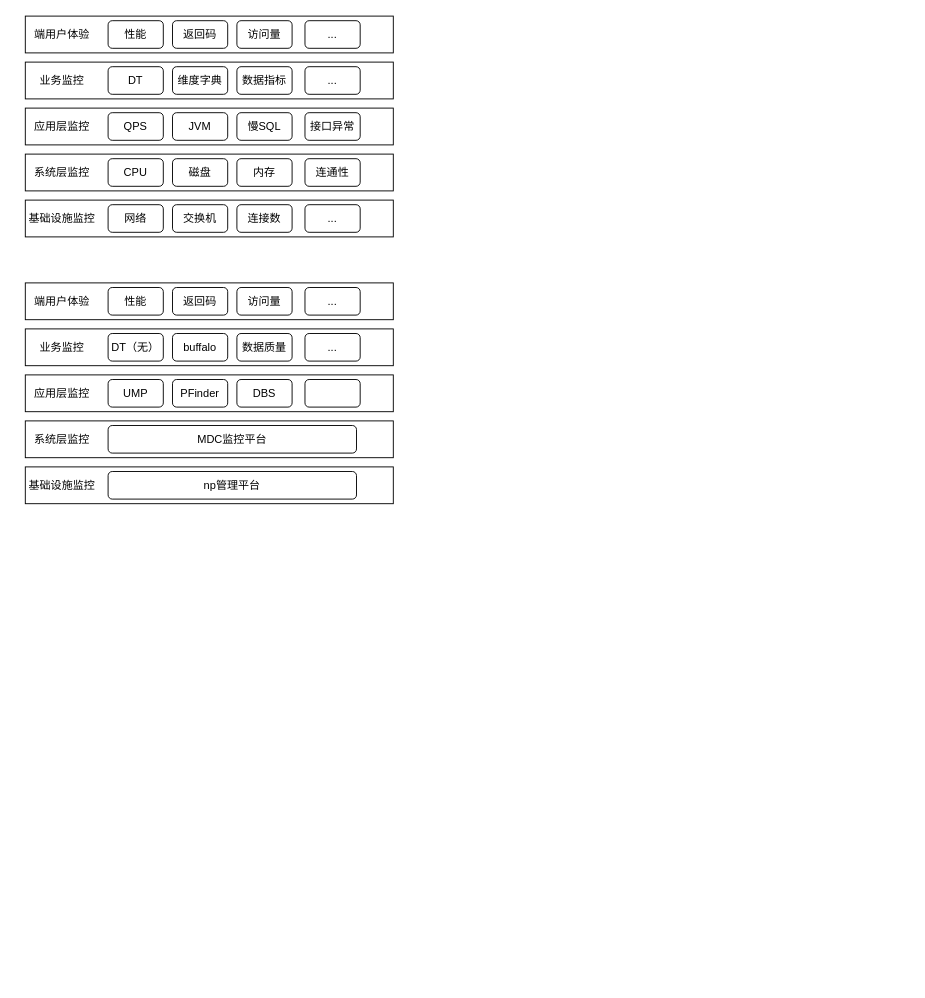
Earlier version of the draw.io diagram demo01/监控.drawio (huang-chh/draw). Source tidied: cells renumbered, new cells numbered last; positions are measured from the earlier drawing's top-left corner, leaving out a move shared by most shapes. Both pictures are drawn from the tidied source at 92%, with x=0, y=0 at pixel (25, 16).
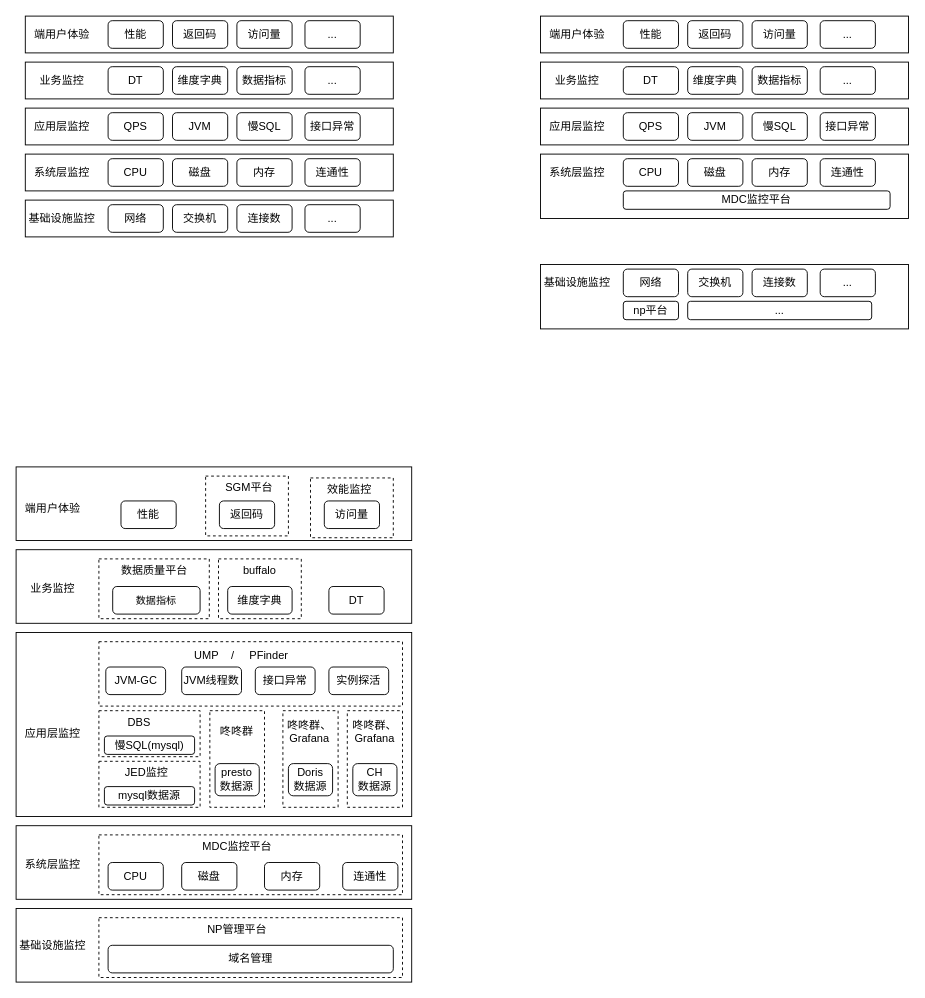
The same diagram, later.

The edit, as a diff of the source:
```diff
@@
+    <mxCell id="50" style="rounded=0;whiteSpace=wrap;html=1;" parent="1" vertex="1">
+      <mxGeometry x="-10" y="490" width="430" height="80" as="geometry" />
+    </mxCell>
+    <mxCell id="56" style="rounded=0;whiteSpace=wrap;html=1;dashed=1;" parent="1" vertex="1">
+      <mxGeometry x="196" y="500" width="90" height="65" as="geometry" />
+    </mxCell>
+    <mxCell id="57" style="rounded=0;whiteSpace=wrap;html=1;dashed=1;" parent="1" vertex="1">
+      <mxGeometry x="310" y="502" width="90" height="65" as="geometry" />
+    </mxCell>
+    <mxCell id="58" style="rounded=0;whiteSpace=wrap;html=1;" parent="1" vertex="1">
+      <mxGeometry x="-10" y="670" width="430" height="200" as="geometry" />
+    </mxCell>
+    <mxCell id="59" style="rounded=0;whiteSpace=wrap;html=1;dashed=1;" parent="1" vertex="1">
+      <mxGeometry x="200.6" y="755" width="59.4" height="105" as="geometry" />
+    </mxCell>
@@
     <mxCell id="32" style="rounded=0;whiteSpace=wrap;html=1;" parent="1" vertex="1">
-      <mxGeometry y="490" width="400" height="40" as="geometry" />
+      <mxGeometry x="-10" y="970" width="430" height="80" as="geometry" />
     </mxCell>
     <mxCell id="33" value="基础设施监控" style="text;html=1;strokeColor=none;fillColor=none;align=center;verticalAlign=middle;whiteSpace=wrap;rounded=0;" parent="1" vertex="1">
-      <mxGeometry y="495" width="80" height="30" as="geometry" />
+      <mxGeometry x="-10" y="995" width="80" height="30" as="geometry" />
     </mxCell>
-    <mxCell id="34" value="np管理平台" style="rounded=1;whiteSpace=wrap;html=1;" parent="1" vertex="1">
-      <mxGeometry x="90" y="495" width="270" height="30" as="geometry" />
+    <mxCell id="34" style="rounded=0;whiteSpace=wrap;html=1;dashed=1;" parent="1" vertex="1">
+      <mxGeometry x="80" y="980" width="330" height="65" as="geometry" />
     </mxCell>
-    <mxCell id="35" style="rounded=0;whiteSpace=wrap;html=1;" parent="1" vertex="1">
-      <mxGeometry y="440" width="400" height="40" as="geometry" />
-    </mxCell>
-    <mxCell id="36" value="系统层监控" style="text;html=1;strokeColor=none;fillColor=none;align=center;verticalAlign=middle;whiteSpace=wrap;rounded=0;" parent="1" vertex="1">
-      <mxGeometry y="445" width="80" height="30" as="geometry" />
-    </mxCell>
-    <mxCell id="37" value="MDC监控平台" style="rounded=1;whiteSpace=wrap;html=1;" parent="1" vertex="1">
-      <mxGeometry x="90" y="445" width="270" height="30" as="geometry" />
-    </mxCell>
-    <mxCell id="38" style="rounded=0;whiteSpace=wrap;html=1;" parent="1" vertex="1">
-      <mxGeometry y="390" width="400" height="40" as="geometry" />
-    </mxCell>
-    <mxCell id="39" value="应用层监控" style="text;html=1;strokeColor=none;fillColor=none;align=center;verticalAlign=middle;whiteSpace=wrap;rounded=0;" parent="1" vertex="1">
-      <mxGeometry y="395" width="80" height="30" as="geometry" />
-    </mxCell>
-    <mxCell id="40" value="UMP" style="rounded=1;whiteSpace=wrap;html=1;" parent="1" vertex="1">
-      <mxGeometry x="90" y="395" width="60" height="30" as="geometry" />
-    </mxCell>
-    <mxCell id="41" value="PFinder" style="rounded=1;whiteSpace=wrap;html=1;" parent="1" vertex="1">
-      <mxGeometry x="160" y="395" width="60" height="30" as="geometry" />
-    </mxCell>
-    <mxCell id="42" value="DBS" style="rounded=1;whiteSpace=wrap;html=1;" parent="1" vertex="1">
-      <mxGeometry x="230" y="395" width="60" height="30" as="geometry" />
-    </mxCell>
-    <mxCell id="43" style="rounded=1;whiteSpace=wrap;html=1;" parent="1" vertex="1">
-      <mxGeometry x="304" y="395" width="60" height="30" as="geometry" />
-    </mxCell>
-    <mxCell id="44" style="rounded=0;whiteSpace=wrap;html=1;" parent="1" vertex="1">
-      <mxGeometry y="340" width="400" height="40" as="geometry" />
-    </mxCell>
-    <mxCell id="45" value="业务监控" style="text;html=1;strokeColor=none;fillColor=none;align=center;verticalAlign=middle;whiteSpace=wrap;rounded=0;" parent="1" vertex="1">
-      <mxGeometry y="345" width="80" height="30" as="geometry" />
-    </mxCell>
-    <mxCell id="46" value="DT（无）" style="rounded=1;whiteSpace=wrap;html=1;" parent="1" vertex="1">
-      <mxGeometry x="90" y="345" width="60" height="30" as="geometry" />
-    </mxCell>
-    <mxCell id="47" value="buffalo" style="rounded=1;whiteSpace=wrap;html=1;" parent="1" vertex="1">
-      <mxGeometry x="160" y="345" width="60" height="30" as="geometry" />
-    </mxCell>
-    <mxCell id="48" value="数据质量" style="rounded=1;whiteSpace=wrap;html=1;" parent="1" vertex="1">
-      <mxGeometry x="230" y="345" width="60" height="30" as="geometry" />
-    </mxCell>
-    <mxCell id="49" value="..." style="rounded=1;whiteSpace=wrap;html=1;" parent="1" vertex="1">
-      <mxGeometry x="304" y="345" width="60" height="30" as="geometry" />
-    </mxCell>
-    <mxCell id="50" style="rounded=0;whiteSpace=wrap;html=1;" parent="1" vertex="1">
-      <mxGeometry y="290" width="400" height="40" as="geometry" />
-    </mxCell>
     <mxCell id="51" value="端用户体验" style="text;html=1;strokeColor=none;fillColor=none;align=center;verticalAlign=middle;whiteSpace=wrap;rounded=0;" parent="1" vertex="1">
-      <mxGeometry y="295" width="80" height="30" as="geometry" />
+      <mxGeometry x="-10" y="520" width="80" height="30" as="geometry" />
     </mxCell>
     <mxCell id="52" value="性能" style="rounded=1;whiteSpace=wrap;html=1;" parent="1" vertex="1">
-      <mxGeometry x="90" y="295" width="60" height="30" as="geometry" />
+      <mxGeometry x="104" y="527" width="60" height="30" as="geometry" />
     </mxCell>
     <mxCell id="53" value="返回码" style="rounded=1;whiteSpace=wrap;html=1;" parent="1" vertex="1">
-      <mxGeometry x="160" y="295" width="60" height="30" as="geometry" />
+      <mxGeometry x="211" y="527" width="60" height="30" as="geometry" />
     </mxCell>
     <mxCell id="54" value="访问量" style="rounded=1;whiteSpace=wrap;html=1;" parent="1" vertex="1">
-      <mxGeometry x="230" y="295" width="60" height="30" as="geometry" />
+      <mxGeometry x="325" y="527" width="60" height="30" as="geometry" />
     </mxCell>
-    <mxCell id="55" value="..." style="rounded=1;whiteSpace=wrap;html=1;" parent="1" vertex="1">
-      <mxGeometry x="304" y="295" width="60" height="30" as="geometry" />
-    </mxCell>
+    <mxCell id="60" style="rounded=0;whiteSpace=wrap;html=1;" parent="1" vertex="1">
+      <mxGeometry x="560" y="270" width="400" height="70" as="geometry" />
+    </mxCell>
+    <mxCell id="61" value="基础设施监控" style="text;html=1;strokeColor=none;fillColor=none;align=center;verticalAlign=middle;whiteSpace=wrap;rounded=0;" parent="1" vertex="1">
+      <mxGeometry x="560" y="275" width="80" height="30" as="geometry" />
+    </mxCell>
+    <mxCell id="62" value="网络" style="rounded=1;whiteSpace=wrap;html=1;" parent="1" vertex="1">
+      <mxGeometry x="650" y="275" width="60" height="30" as="geometry" />
+    </mxCell>
+    <mxCell id="63" value="交换机" style="rounded=1;whiteSpace=wrap;html=1;" parent="1" vertex="1">
+      <mxGeometry x="720" y="275" width="60" height="30" as="geometry" />
+    </mxCell>
+    <mxCell id="64" value="连接数" style="rounded=1;whiteSpace=wrap;html=1;" parent="1" vertex="1">
+      <mxGeometry x="790" y="275" width="60" height="30" as="geometry" />
+    </mxCell>
+    <mxCell id="65" value="..." style="rounded=1;whiteSpace=wrap;html=1;" parent="1" vertex="1">
+      <mxGeometry x="864" y="275" width="60" height="30" as="geometry" />
+    </mxCell>
+    <mxCell id="66" style="rounded=0;whiteSpace=wrap;html=1;" parent="1" vertex="1">
+      <mxGeometry x="560" y="150" width="400" height="70" as="geometry" />
+    </mxCell>
+    <mxCell id="67" value="系统层监控" style="text;html=1;strokeColor=none;fillColor=none;align=center;verticalAlign=middle;whiteSpace=wrap;rounded=0;" parent="1" vertex="1">
+      <mxGeometry x="560" y="155" width="80" height="30" as="geometry" />
+    </mxCell>
+    <mxCell id="68" value="CPU" style="rounded=1;whiteSpace=wrap;html=1;" parent="1" vertex="1">
+      <mxGeometry x="650" y="155" width="60" height="30" as="geometry" />
+    </mxCell>
+    <mxCell id="69" value="磁盘" style="rounded=1;whiteSpace=wrap;html=1;" parent="1" vertex="1">
+      <mxGeometry x="720" y="155" width="60" height="30" as="geometry" />
+    </mxCell>
+    <mxCell id="70" value="内存" style="rounded=1;whiteSpace=wrap;html=1;" parent="1" vertex="1">
+      <mxGeometry x="790" y="155" width="60" height="30" as="geometry" />
+    </mxCell>
+    <mxCell id="71" value="连通性" style="rounded=1;whiteSpace=wrap;html=1;" parent="1" vertex="1">
+      <mxGeometry x="864" y="155" width="60" height="30" as="geometry" />
+    </mxCell>
+    <mxCell id="72" style="rounded=0;whiteSpace=wrap;html=1;" parent="1" vertex="1">
+      <mxGeometry x="560" y="100" width="400" height="40" as="geometry" />
+    </mxCell>
+    <mxCell id="73" value="应用层监控" style="text;html=1;strokeColor=none;fillColor=none;align=center;verticalAlign=middle;whiteSpace=wrap;rounded=0;" parent="1" vertex="1">
+      <mxGeometry x="560" y="105" width="80" height="30" as="geometry" />
+    </mxCell>
+    <mxCell id="74" value="QPS" style="rounded=1;whiteSpace=wrap;html=1;" parent="1" vertex="1">
+      <mxGeometry x="650" y="105" width="60" height="30" as="geometry" />
+    </mxCell>
+    <mxCell id="75" value="JVM" style="rounded=1;whiteSpace=wrap;html=1;" parent="1" vertex="1">
+      <mxGeometry x="720" y="105" width="60" height="30" as="geometry" />
+    </mxCell>
+    <mxCell id="76" value="慢SQL" style="rounded=1;whiteSpace=wrap;html=1;" parent="1" vertex="1">
+      <mxGeometry x="790" y="105" width="60" height="30" as="geometry" />
+    </mxCell>
+    <mxCell id="77" value="接口异常" style="rounded=1;whiteSpace=wrap;html=1;" parent="1" vertex="1">
+      <mxGeometry x="864" y="105" width="60" height="30" as="geometry" />
+    </mxCell>
+    <mxCell id="78" style="rounded=0;whiteSpace=wrap;html=1;" parent="1" vertex="1">
+      <mxGeometry x="560" y="50" width="400" height="40" as="geometry" />
+    </mxCell>
+    <mxCell id="79" value="业务监控" style="text;html=1;strokeColor=none;fillColor=none;align=center;verticalAlign=middle;whiteSpace=wrap;rounded=0;" parent="1" vertex="1">
+      <mxGeometry x="560" y="55" width="80" height="30" as="geometry" />
+    </mxCell>
+    <mxCell id="80" value="DT" style="rounded=1;whiteSpace=wrap;html=1;" parent="1" vertex="1">
+      <mxGeometry x="650" y="55" width="60" height="30" as="geometry" />
+    </mxCell>
+    <mxCell id="81" value="维度字典" style="rounded=1;whiteSpace=wrap;html=1;" parent="1" vertex="1">
+      <mxGeometry x="720" y="55" width="60" height="30" as="geometry" />
+    </mxCell>
+    <mxCell id="82" value="数据指标" style="rounded=1;whiteSpace=wrap;html=1;" parent="1" vertex="1">
+      <mxGeometry x="790" y="55" width="60" height="30" as="geometry" />
+    </mxCell>
+    <mxCell id="83" value="..." style="rounded=1;whiteSpace=wrap;html=1;" parent="1" vertex="1">
+      <mxGeometry x="864" y="55" width="60" height="30" as="geometry" />
+    </mxCell>
+    <mxCell id="84" style="rounded=0;whiteSpace=wrap;html=1;" parent="1" vertex="1">
+      <mxGeometry x="560" width="400" height="40" as="geometry" />
+    </mxCell>
+    <mxCell id="85" value="端用户体验" style="text;html=1;strokeColor=none;fillColor=none;align=center;verticalAlign=middle;whiteSpace=wrap;rounded=0;" parent="1" vertex="1">
+      <mxGeometry x="560" y="5" width="80" height="30" as="geometry" />
+    </mxCell>
+    <mxCell id="86" value="性能" style="rounded=1;whiteSpace=wrap;html=1;" parent="1" vertex="1">
+      <mxGeometry x="650" y="5" width="60" height="30" as="geometry" />
+    </mxCell>
+    <mxCell id="87" value="返回码" style="rounded=1;whiteSpace=wrap;html=1;" parent="1" vertex="1">
+      <mxGeometry x="720" y="5" width="60" height="30" as="geometry" />
+    </mxCell>
+    <mxCell id="88" value="访问量" style="rounded=1;whiteSpace=wrap;html=1;" parent="1" vertex="1">
+      <mxGeometry x="790" y="5" width="60" height="30" as="geometry" />
+    </mxCell>
+    <mxCell id="89" value="..." style="rounded=1;whiteSpace=wrap;html=1;" parent="1" vertex="1">
+      <mxGeometry x="864" y="5" width="60" height="30" as="geometry" />
+    </mxCell>
+    <mxCell id="90" value="np平台" style="rounded=1;whiteSpace=wrap;html=1;" parent="1" vertex="1">
+      <mxGeometry x="650" y="310" width="60" height="20" as="geometry" />
+    </mxCell>
+    <mxCell id="91" value="..." style="rounded=1;whiteSpace=wrap;html=1;" parent="1" vertex="1">
+      <mxGeometry x="720" y="310" width="200" height="20" as="geometry" />
+    </mxCell>
+    <mxCell id="37" value="MDC监控平台" style="rounded=1;whiteSpace=wrap;html=1;" parent="1" vertex="1">
+      <mxGeometry x="650" y="190" width="290" height="20" as="geometry" />
+    </mxCell>
+    <mxCell id="92" value="域名管理" style="rounded=1;whiteSpace=wrap;html=1;" parent="1" vertex="1">
+      <mxGeometry x="90" y="1010" width="310" height="30" as="geometry" />
+    </mxCell>
+    <mxCell id="93" value="NP管理平台" style="text;html=1;strokeColor=none;fillColor=none;align=center;verticalAlign=middle;whiteSpace=wrap;rounded=0;" parent="1" vertex="1">
+      <mxGeometry x="168.8" y="980" width="122.5" height="25" as="geometry" />
+    </mxCell>
+    <mxCell id="94" style="rounded=0;whiteSpace=wrap;html=1;" parent="1" vertex="1">
+      <mxGeometry x="-10" y="880" width="430" height="80" as="geometry" />
+    </mxCell>
+    <mxCell id="95" value="系统层监控" style="text;html=1;strokeColor=none;fillColor=none;align=center;verticalAlign=middle;whiteSpace=wrap;rounded=0;" parent="1" vertex="1">
+      <mxGeometry x="-10" y="907.5" width="80" height="30" as="geometry" />
+    </mxCell>
+    <mxCell id="96" style="rounded=0;whiteSpace=wrap;html=1;dashed=1;" parent="1" vertex="1">
+      <mxGeometry x="80" y="890" width="330" height="65" as="geometry" />
+    </mxCell>
+    <mxCell id="97" value="CPU" style="rounded=1;whiteSpace=wrap;html=1;" parent="1" vertex="1">
+      <mxGeometry x="90" y="920" width="60" height="30" as="geometry" />
+    </mxCell>
+    <mxCell id="98" value="MDC监控平台" style="text;html=1;strokeColor=none;fillColor=none;align=center;verticalAlign=middle;whiteSpace=wrap;rounded=0;" parent="1" vertex="1">
+      <mxGeometry x="168.8" y="890" width="122.5" height="25" as="geometry" />
+    </mxCell>
+    <mxCell id="99" value="磁盘" style="rounded=1;whiteSpace=wrap;html=1;" parent="1" vertex="1">
+      <mxGeometry x="170" y="920" width="60" height="30" as="geometry" />
+    </mxCell>
+    <mxCell id="100" value="内存" style="rounded=1;whiteSpace=wrap;html=1;" parent="1" vertex="1">
+      <mxGeometry x="260" y="920" width="60" height="30" as="geometry" />
+    </mxCell>
+    <mxCell id="101" value="连通性" style="rounded=1;whiteSpace=wrap;html=1;" parent="1" vertex="1">
+      <mxGeometry x="345" y="920" width="60" height="30" as="geometry" />
+    </mxCell>
+    <mxCell id="102" value="应用层监控" style="text;html=1;strokeColor=none;fillColor=none;align=center;verticalAlign=middle;whiteSpace=wrap;rounded=0;" parent="1" vertex="1">
+      <mxGeometry x="-10" y="765" width="80" height="30" as="geometry" />
+    </mxCell>
+    <mxCell id="103" style="rounded=0;whiteSpace=wrap;html=1;dashed=1;" parent="1" vertex="1">
+      <mxGeometry x="80" y="680" width="330" height="70" as="geometry" />
+    </mxCell>
+    <mxCell id="104" value="JVM-GC" style="rounded=1;whiteSpace=wrap;html=1;" parent="1" vertex="1">
+      <mxGeometry x="87.5" y="707.5" width="65" height="30" as="geometry" />
+    </mxCell>
+    <mxCell id="105" value="UMP&amp;nbsp; &amp;nbsp; /&amp;nbsp; &amp;nbsp; &amp;nbsp;PFinder" style="text;html=1;strokeColor=none;fillColor=none;align=center;verticalAlign=middle;whiteSpace=wrap;rounded=0;" parent="1" vertex="1">
+      <mxGeometry x="170" y="682.5" width="130" height="25" as="geometry" />
+    </mxCell>
+    <mxCell id="106" value="实例探活" style="rounded=1;whiteSpace=wrap;html=1;" parent="1" vertex="1">
+      <mxGeometry x="330" y="707.5" width="65" height="30" as="geometry" />
+    </mxCell>
+    <mxCell id="107" style="rounded=0;whiteSpace=wrap;html=1;dashed=1;" parent="1" vertex="1">
+      <mxGeometry x="80" y="755" width="110" height="50" as="geometry" />
+    </mxCell>
+    <mxCell id="108" value="慢SQL(mysql)" style="rounded=1;whiteSpace=wrap;html=1;" parent="1" vertex="1">
+      <mxGeometry x="86" y="782.5" width="98" height="20" as="geometry" />
+    </mxCell>
+    <mxCell id="42" value="DBS" style="text;html=1;strokeColor=none;fillColor=none;align=center;verticalAlign=middle;whiteSpace=wrap;rounded=0;" parent="1" vertex="1">
+      <mxGeometry x="104" y="755" width="40" height="25" as="geometry" />
+    </mxCell>
+    <mxCell id="109" style="rounded=0;whiteSpace=wrap;html=1;" parent="1" vertex="1">
+      <mxGeometry x="-10" y="580" width="430" height="80" as="geometry" />
+    </mxCell>
+    <mxCell id="110" value="业务监控" style="text;html=1;strokeColor=none;fillColor=none;align=center;verticalAlign=middle;whiteSpace=wrap;rounded=0;" parent="1" vertex="1">
+      <mxGeometry x="-10" y="607.5" width="80" height="30" as="geometry" />
+    </mxCell>
+    <mxCell id="111" style="rounded=0;whiteSpace=wrap;html=1;dashed=1;" parent="1" vertex="1">
+      <mxGeometry x="80" y="590" width="120" height="65" as="geometry" />
+    </mxCell>
+    <mxCell id="112" value="&lt;font style=&quot;font-size: 11px;&quot;&gt;数据指标&lt;/font&gt;" style="rounded=1;whiteSpace=wrap;html=1;" parent="1" vertex="1">
+      <mxGeometry x="95" y="620" width="95" height="30" as="geometry" />
+    </mxCell>
+    <mxCell id="113" value="数据质量平台" style="text;html=1;strokeColor=none;fillColor=none;align=center;verticalAlign=middle;whiteSpace=wrap;rounded=0;" parent="1" vertex="1">
+      <mxGeometry x="93.8" y="590" width="92.5" height="25" as="geometry" />
+    </mxCell>
+    <mxCell id="114" style="rounded=0;whiteSpace=wrap;html=1;dashed=1;" parent="1" vertex="1">
+      <mxGeometry x="210" y="590" width="90" height="65" as="geometry" />
+    </mxCell>
+    <mxCell id="115" value="维度字典" style="rounded=1;whiteSpace=wrap;html=1;" parent="1" vertex="1">
+      <mxGeometry x="220" y="620" width="70" height="30" as="geometry" />
+    </mxCell>
+    <mxCell id="116" value="DT" style="rounded=1;whiteSpace=wrap;html=1;" parent="1" vertex="1">
+      <mxGeometry x="330" y="620" width="60" height="30" as="geometry" />
+    </mxCell>
+    <mxCell id="47" value="buffalo" style="text;html=1;strokeColor=none;fillColor=none;align=center;verticalAlign=middle;whiteSpace=wrap;rounded=0;" parent="1" vertex="1">
+      <mxGeometry x="235" y="590" width="40" height="25" as="geometry" />
+    </mxCell>
+    <mxCell id="117" style="rounded=0;whiteSpace=wrap;html=1;dashed=1;" parent="1" vertex="1">
+      <mxGeometry x="80" y="810" width="110" height="50" as="geometry" />
+    </mxCell>
+    <mxCell id="118" value="mysql数据源" style="rounded=1;whiteSpace=wrap;html=1;" parent="1" vertex="1">
+      <mxGeometry x="86" y="837.5" width="98" height="20" as="geometry" />
+    </mxCell>
+    <mxCell id="119" value="JED监控" style="text;html=1;strokeColor=none;fillColor=none;align=center;verticalAlign=middle;whiteSpace=wrap;rounded=0;" parent="1" vertex="1">
+      <mxGeometry x="104" y="810" width="56" height="25" as="geometry" />
+    </mxCell>
+    <mxCell id="120" value="JVM线程数" style="rounded=1;whiteSpace=wrap;html=1;" parent="1" vertex="1">
+      <mxGeometry x="170" y="707.5" width="65" height="30" as="geometry" />
+    </mxCell>
+    <mxCell id="121" value="接口异常" style="rounded=1;whiteSpace=wrap;html=1;" parent="1" vertex="1">
+      <mxGeometry x="250" y="707.5" width="65" height="30" as="geometry" />
+    </mxCell>
+    <mxCell id="122" style="rounded=0;whiteSpace=wrap;html=1;dashed=1;" parent="1" vertex="1">
+      <mxGeometry x="280" y="755" width="60" height="105" as="geometry" />
+    </mxCell>
+    <mxCell id="123" style="rounded=0;whiteSpace=wrap;html=1;dashed=1;" parent="1" vertex="1">
+      <mxGeometry x="350" y="755" width="60" height="105" as="geometry" />
+    </mxCell>
+    <mxCell id="124" value="presto&lt;br&gt;数据源" style="rounded=1;whiteSpace=wrap;html=1;" parent="1" vertex="1">
+      <mxGeometry x="206.3" y="812.5" width="48" height="35" as="geometry" />
+    </mxCell>
+    <mxCell id="125" value="咚咚群" style="text;html=1;strokeColor=none;fillColor=none;align=center;verticalAlign=middle;whiteSpace=wrap;rounded=0;" parent="1" vertex="1">
+      <mxGeometry x="205" y="765" width="50" height="25" as="geometry" />
+    </mxCell>
+    <mxCell id="126" value="Doris&lt;br&gt;数据源" style="rounded=1;whiteSpace=wrap;html=1;" parent="1" vertex="1">
+      <mxGeometry x="286" y="812.5" width="48" height="35" as="geometry" />
+    </mxCell>
+    <mxCell id="127" value="咚咚群、&lt;br&gt;Grafana" style="text;html=1;strokeColor=none;fillColor=none;align=center;verticalAlign=middle;whiteSpace=wrap;rounded=0;" parent="1" vertex="1">
+      <mxGeometry x="284" y="765" width="50" height="25" as="geometry" />
+    </mxCell>
+    <mxCell id="128" value="CH&lt;br&gt;数据源" style="rounded=1;whiteSpace=wrap;html=1;" parent="1" vertex="1">
+      <mxGeometry x="356" y="812.5" width="48" height="35" as="geometry" />
+    </mxCell>
+    <mxCell id="129" value="咚咚群、&lt;br&gt;Grafana" style="text;html=1;strokeColor=none;fillColor=none;align=center;verticalAlign=middle;whiteSpace=wrap;rounded=0;" parent="1" vertex="1">
+      <mxGeometry x="355" y="765" width="50" height="25" as="geometry" />
+    </mxCell>
+    <mxCell id="130" value="效能监控" style="text;html=1;strokeColor=none;fillColor=none;align=center;verticalAlign=middle;whiteSpace=wrap;rounded=0;" parent="1" vertex="1">
+      <mxGeometry x="325" y="502" width="55" height="25" as="geometry" />
+    </mxCell>
+    <mxCell id="131" value="SGM平台" style="text;html=1;strokeColor=none;fillColor=none;align=center;verticalAlign=middle;whiteSpace=wrap;rounded=0;" parent="1" vertex="1">
+      <mxGeometry x="216" y="500" width="55" height="25" as="geometry" />
+    </mxCell>
```
